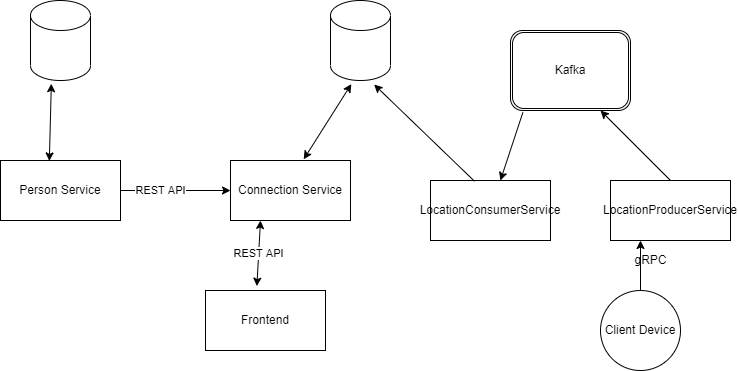
Above: docs/architecture_design.png in udacity/cd0309-message-passing-projects-starter (draw.io), before the change. Source tidied: cells renumbered, new cells last; positions are measured from the earlier drawing's top-left corner, leaving out a move shared by most shapes.
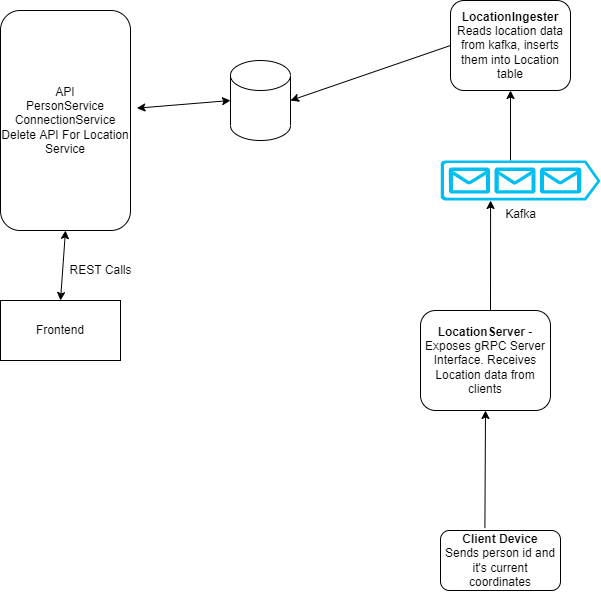
The same diagram one commit later.

Change to the diagram source:
```diff
@@ -2,68 +2,51 @@
   <root>
     <mxCell id="0" />
     <mxCell id="1" parent="0" />
-    <mxCell id="2" value="Person Service" style="rounded=0;whiteSpace=wrap;html=1;" parent="1" vertex="1">
-      <mxGeometry y="160" width="120" height="60" as="geometry" />
-    </mxCell>
-    <mxCell id="3" value="Connection Service" style="rounded=0;whiteSpace=wrap;html=1;" parent="1" vertex="1">
-      <mxGeometry x="230" y="160" width="120" height="60" as="geometry" />
-    </mxCell>
-    <mxCell id="4" style="endArrow=classic;html=1;rounded=0;" parent="1" edge="1">
-      <mxGeometry relative="1" as="geometry">
-        <mxPoint x="120" y="190" as="sourcePoint" />
-        <mxPoint x="230" y="190" as="targetPoint" />
-        <Array as="points">
-          <mxPoint x="120" y="190" />
-        </Array>
-      </mxGeometry>
-    </mxCell>
-    <mxCell id="5" value="REST API" style="edgeLabel;html=1;align=center;verticalAlign=middle;" parent="4" vertex="1">
-      <mxGeometry x="-0.29" y="1" relative="1" as="geometry" />
-    </mxCell>
-    <mxCell id="6" style="shape=cylinder3;whiteSpace=wrap;html=1;boundedLbl=1;backgroundOutline=1;size=15;" parent="1" vertex="1">
-      <mxGeometry x="30" width="60" height="80" as="geometry" />
-    </mxCell>
-    <mxCell id="7" style="endArrow=classic;startArrow=classic;html=1;rounded=0;exitX=0.407;exitY=0.007;exitDx=0;exitDy=0;exitPerimeter=0;entryX=0.347;entryY=1.04;entryDx=0;entryDy=0;entryPerimeter=0;" parent="1" edge="1" source="2" target="6">
-      <mxGeometry relative="1" as="geometry" />
-    </mxCell>
-    <mxCell id="8" style="shape=cylinder3;whiteSpace=wrap;html=1;boundedLbl=1;backgroundOutline=1;size=15;" parent="1" vertex="1">
-      <mxGeometry x="330" width="60" height="80" as="geometry" />
-    </mxCell>
-    <mxCell id="9" style="endArrow=classic;startArrow=classic;html=1;rounded=0;entryX=0.347;entryY=1.045;entryDx=0;entryDy=0;entryPerimeter=0;exitX=0.61;exitY=-0.02;exitDx=0;exitDy=0;exitPerimeter=0;" parent="1" edge="1" source="3" target="8">
-      <mxGeometry relative="1" as="geometry" />
-    </mxCell>
+    <mxCell id="21" value="API&lt;br&gt;PersonService&lt;br&gt;ConnectionService&lt;br&gt;Delete API For Location Service" style="rounded=1;whiteSpace=wrap;html=1;" parent="1" vertex="1">
+      <mxGeometry x="-60" y="390" width="130" height="220" as="geometry" />
+    </mxCell>
+    <mxCell id="22" style="shape=cylinder3;whiteSpace=wrap;html=1;boundedLbl=1;backgroundOutline=1;size=15;" parent="1" vertex="1">
+      <mxGeometry x="170" y="440" width="60" height="80" as="geometry" />
+    </mxCell>
+    <mxCell id="23" style="endArrow=classic;startArrow=classic;html=1;rounded=0;exitX=1.049;exitY=0.444;exitDx=0;exitDy=0;exitPerimeter=0;entryX=0;entryY=0.5;entryDx=0;entryDy=0;entryPerimeter=0;" parent="1" edge="1" source="21" target="22">
+      <mxGeometry relative="1" as="geometry" />
+    </mxCell>
     <mxCell id="10" value="Frontend" style="rounded=0;whiteSpace=wrap;html=1;" parent="1" vertex="1">
-      <mxGeometry x="205" y="290" width="120" height="60" as="geometry" />
+      <mxGeometry x="-60" y="680" width="120" height="60" as="geometry" />
     </mxCell>
-    <mxCell id="11" value="REST API" style="endArrow=classic;startArrow=classic;html=1;rounded=0;exitX=0.428;exitY=-0.073;exitDx=0;exitDy=0;exitPerimeter=0;entryX=0.25;entryY=1;entryDx=0;entryDy=0;" parent="1" edge="1" source="10" target="3">
-      <mxGeometry relative="1" as="geometry" />
-    </mxCell>
+    <mxCell id="24" style="endArrow=classic;startArrow=classic;html=1;rounded=0;entryX=0.5;entryY=1;entryDx=0;entryDy=0;exitX=0.5;exitY=0;exitDx=0;exitDy=0;" parent="1" edge="1" source="10" target="21">
+      <mxGeometry relative="1" as="geometry" />
+    </mxCell>
+    <mxCell id="25" value="REST Calls" style="text;html=1;align=center;verticalAlign=middle;strokeColor=none;fillColor=none;" parent="1" vertex="1">
+      <mxGeometry y="640" width="80" height="20" as="geometry" />
+    </mxCell>
-    <mxCell id="12" value="Kafka" style="shape=ext;double=1;rounded=1;whiteSpace=wrap;html=1;" parent="1" vertex="1">
-      <mxGeometry x="510" y="30" width="120" height="80" as="geometry" />
+    <mxCell id="12" value="Kafka" style="verticalLabelPosition=bottom;html=1;verticalAlign=top;align=center;strokeColor=none;fillColor=#00BEF2;shape=mxgraph.azure.queue_generic;" parent="1" vertex="1">
+      <mxGeometry x="380" y="540" width="160" height="40" as="geometry" />
     </mxCell>
-    <mxCell id="13" value="LocationConsumerService" style="rounded=0;whiteSpace=wrap;html=1;" parent="1" vertex="1">
-      <mxGeometry x="430" y="180" width="120" height="60" as="geometry" />
-    </mxCell>
-    <mxCell id="14" style="endArrow=classic;html=1;rounded=0;exitX=0.367;exitY=0.013;exitDx=0;exitDy=0;exitPerimeter=0;entryX=0.727;entryY=1.05;entryDx=0;entryDy=0;entryPerimeter=0;" parent="1" edge="1" source="13" target="8">
-      <mxGeometry relative="1" as="geometry" />
-    </mxCell>
-    <mxCell id="15" style="endArrow=classic;html=1;rounded=0;exitX=0.103;exitY=1.025;exitDx=0;exitDy=0;exitPerimeter=0;" parent="1" edge="1" source="12" target="13">
-      <mxGeometry relative="1" as="geometry" />
-    </mxCell>
-    <mxCell id="16" value="LocationProducerService" style="rounded=0;whiteSpace=wrap;html=1;" parent="1" vertex="1">
-      <mxGeometry x="610" y="180" width="120" height="60" as="geometry" />
-    </mxCell>
-    <mxCell id="17" style="endArrow=classic;html=1;rounded=0;exitX=0.5;exitY=0;exitDx=0;exitDy=0;entryX=0.75;entryY=1;entryDx=0;entryDy=0;" parent="1" edge="1" source="16" target="12">
-      <mxGeometry relative="1" as="geometry" />
-    </mxCell>
-    <mxCell id="18" value="Client Device" style="ellipse;whiteSpace=wrap;html=1;" parent="1" vertex="1">
-      <mxGeometry x="600" y="290" width="80" height="80" as="geometry" />
-    </mxCell>
-    <mxCell id="19" style="endArrow=classic;html=1;rounded=0;exitX=0.5;exitY=0;exitDx=0;exitDy=0;entryX=0.25;entryY=1;entryDx=0;entryDy=0;" parent="1" edge="1" source="18" target="16">
-      <mxGeometry relative="1" as="geometry" />
-    </mxCell>
-    <mxCell id="20" value="gRPC" style="text;html=1;align=center;verticalAlign=middle;strokeColor=none;fillColor=none;" parent="1" vertex="1">
-      <mxGeometry x="625" y="250" width="50" height="20" as="geometry" />
-    </mxCell>
+    <mxCell id="26" value="&lt;b&gt;LocationIngester&lt;/b&gt;&lt;br&gt;Reads location data from kafka, inserts them into Location table" style="rounded=1;whiteSpace=wrap;html=1;" parent="1" vertex="1">
+      <mxGeometry x="390" y="380" width="120" height="90" as="geometry" />
+    </mxCell>
+    <mxCell id="27" style="endArrow=classic;html=1;rounded=0;entryX=0.5;entryY=1;entryDx=0;entryDy=0;" parent="1" edge="1" target="26">
+      <mxGeometry relative="1" as="geometry">
+        <mxPoint x="450" y="540" as="sourcePoint" />
+      </mxGeometry>
+    </mxCell>
+    <mxCell id="28" style="endArrow=classic;html=1;rounded=0;exitX=0;exitY=0.5;exitDx=0;exitDy=0;entryX=1;entryY=0.5;entryDx=0;entryDy=0;entryPerimeter=0;" parent="1" edge="1" source="26" target="22">
+      <mxGeometry relative="1" as="geometry" />
+    </mxCell>
+    <mxCell id="29" value="&lt;b&gt;LocationServer&lt;/b&gt; - Exposes gRPC Server Interface. Receives Location data from clients" style="rounded=1;whiteSpace=wrap;html=1;" parent="1" vertex="1">
+      <mxGeometry x="360" y="690" width="130" height="100" as="geometry" />
+    </mxCell>
+    <mxCell id="30" style="endArrow=classic;html=1;rounded=0;entryX=0.313;entryY=1;entryDx=0;entryDy=0;entryPerimeter=0;" parent="1" edge="1" target="12">
+      <mxGeometry relative="1" as="geometry">
+        <mxPoint x="430" y="690" as="sourcePoint" />
+      </mxGeometry>
+    </mxCell>
+    <mxCell id="31" value="&lt;b&gt;Client Device&lt;/b&gt;&lt;br&gt;Sends person id and it's current coordinates" style="rounded=1;whiteSpace=wrap;html=1;" parent="1" vertex="1">
+      <mxGeometry x="380" y="910" width="120" height="60" as="geometry" />
+    </mxCell>
+    <mxCell id="32" style="endArrow=classic;html=1;rounded=0;entryX=0.5;entryY=1;entryDx=0;entryDy=0;exitX=0.37;exitY=-0.04;exitDx=0;exitDy=0;exitPerimeter=0;" parent="1" edge="1" source="31" target="29">
+      <mxGeometry relative="1" as="geometry" />
+    </mxCell>
   </root>
 </mxGraphModel>
```
